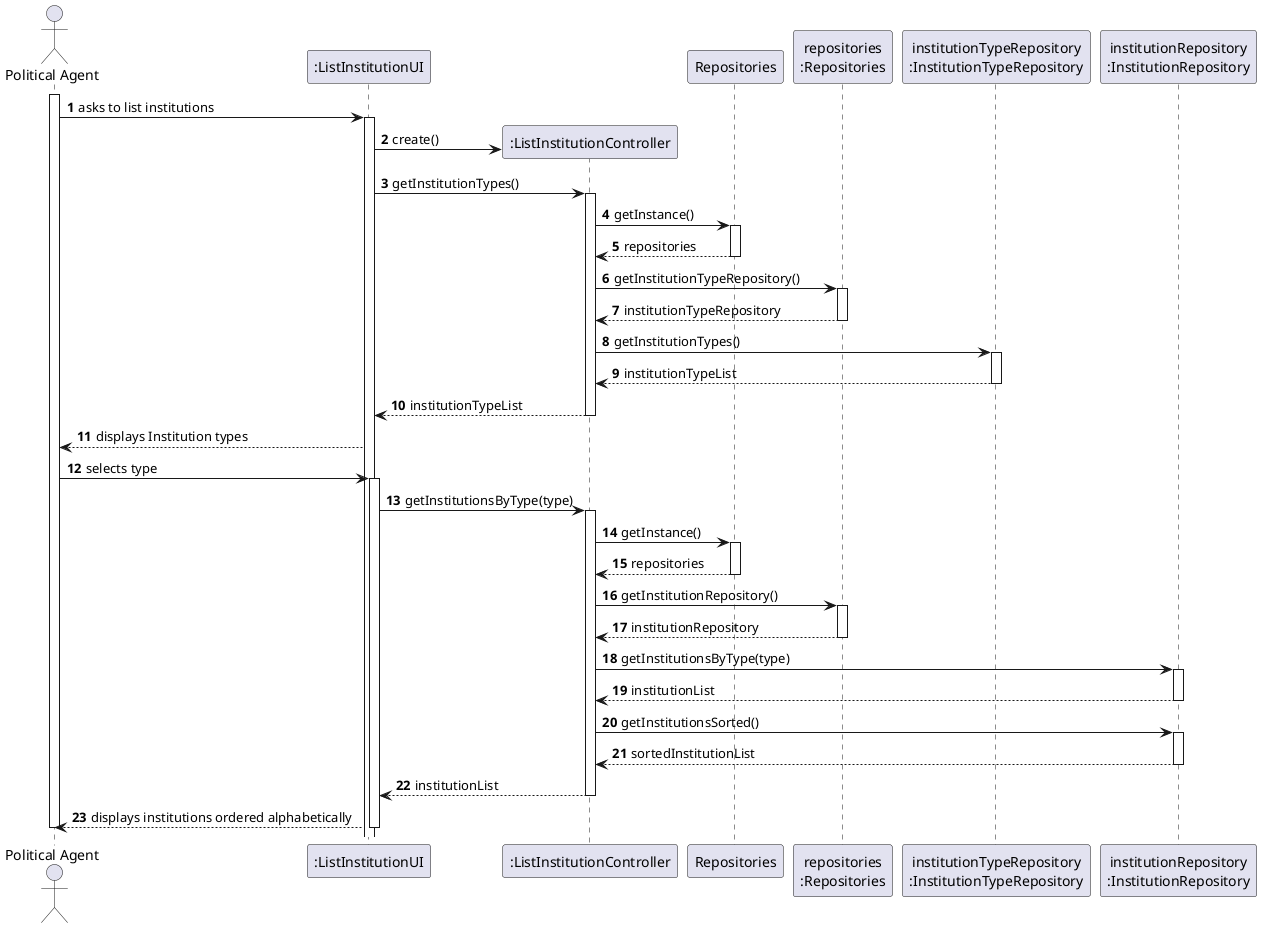
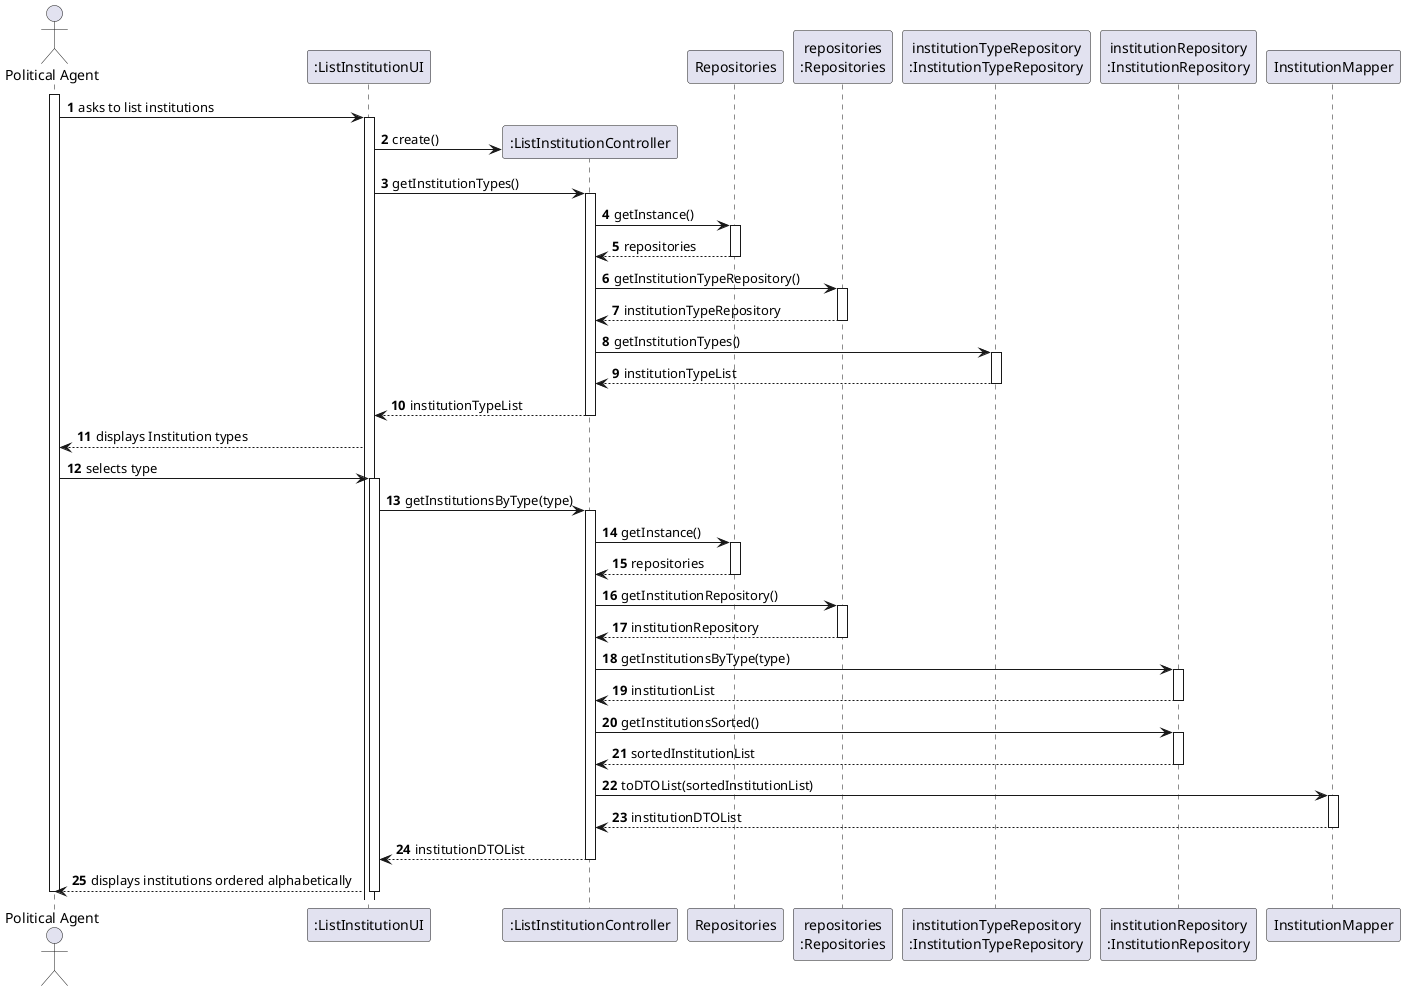
@startuml
skinparam packageStyle rectangle
skinparam shadowing false

autonumber

actor "Political Agent" as AGENT

participant ":ListInstitutionUI" as UI
participant ":ListInstitutionController" as CTRL

participant "Repositories" as REPOS
participant "repositories\n:Repositories" as REPOS_SINGLETON
participant "institutionTypeRepository\n:InstitutionTypeRepository" as TYPE_REPO
participant "institutionRepository\n:InstitutionRepository" as INST_REPO
+ participant "InstitutionMapper" as MAPPER

activate AGENT

AGENT -> UI : asks to list institutions
activate UI

    UI -> CTRL** : create()

    UI -> CTRL : getInstitutionTypes()
    activate CTRL

        CTRL -> REPOS : getInstance()
        activate REPOS
            REPOS --> CTRL : repositories
        deactivate REPOS

        CTRL -> REPOS_SINGLETON : getInstitutionTypeRepository()
        activate REPOS_SINGLETON
            REPOS_SINGLETON --> CTRL : institutionTypeRepository
        deactivate REPOS_SINGLETON

        CTRL -> TYPE_REPO : getInstitutionTypes()
        activate TYPE_REPO
            TYPE_REPO --> CTRL : institutionTypeList
        deactivate TYPE_REPO

        CTRL --> UI : institutionTypeList
    deactivate CTRL

    UI --> AGENT : displays Institution types

    AGENT -> UI : selects type
    activate UI

        UI -> CTRL : getInstitutionsByType(type)
        activate CTRL

            CTRL -> REPOS : getInstance()
            activate REPOS
                REPOS --> CTRL : repositories
            deactivate REPOS

            CTRL -> REPOS_SINGLETON : getInstitutionRepository()
            activate REPOS_SINGLETON
                REPOS_SINGLETON --> CTRL : institutionRepository
            deactivate REPOS_SINGLETON

            CTRL -> INST_REPO : getInstitutionsByType(type)
            activate INST_REPO
                INST_REPO --> CTRL : institutionList
            deactivate INST_REPO

            CTRL -> INST_REPO : getInstitutionsSorted()
            activate INST_REPO
                INST_REPO --> CTRL : sortedInstitutionList
            deactivate INST_REPO

-             CTRL --> UI : institutionList
+             CTRL -> MAPPER : toDTOList(sortedInstitutionList)
+             activate MAPPER
+                 MAPPER --> CTRL : institutionDTOList
+             deactivate MAPPER
+ 
+             CTRL --> UI : institutionDTOList
        deactivate CTRL

    UI --> AGENT : displays institutions ordered alphabetically

deactivate UI
deactivate AGENT

@enduml
